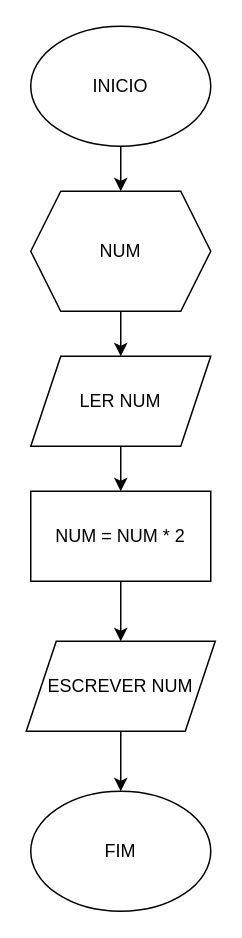
This is Atividades_LP1/Atividade2Questão3.drawio from Hevee06/Projetos_Diagrama.oi, a draw.io file, before an edit. Source tidied: cells renumbered, new cells numbered last; positions are measured from the earlier drawing's top-left corner, leaving out a move shared by most shapes. Both pictures are drawn from the tidied source at 150%, with x=0, y=0 at pixel (26, 26).
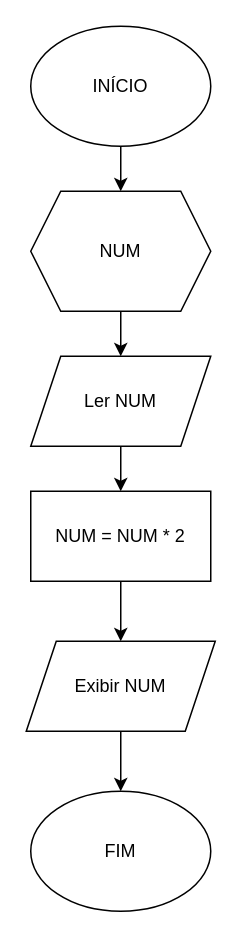
After the change.

Change to the diagram source:
```diff
@@
 <mxGraphModel>
   <root>
     <mxCell id="0" />
     <mxCell id="1" parent="0" />
     <mxCell id="2" style="edgeStyle=orthogonalEdgeStyle;rounded=0;jettySize=auto;html=1;" parent="1" edge="1" source="3" target="5">
       <mxGeometry relative="1" as="geometry" />
     </mxCell>
-    <mxCell id="3" value="INICIO" style="ellipse;whiteSpace=wrap;html=1;" parent="1" vertex="1">
+    <mxCell id="3" value="INÍCIO" style="ellipse;whiteSpace=wrap;html=1;" parent="1" vertex="1">
       <mxGeometry x="3" width="120" height="80" as="geometry" />
     </mxCell>
     <mxCell id="4" style="edgeStyle=orthogonalEdgeStyle;rounded=0;jettySize=auto;html=1;" parent="1" edge="1" source="5" target="7">
       <mxGeometry relative="1" as="geometry" />
     </mxCell>
     <mxCell id="5" value="NUM" style="shape=hexagon;perimeter=hexagonPerimeter2;whiteSpace=wrap;html=1;fixedSize=1;" parent="1" vertex="1">
       <mxGeometry x="3" y="110" width="120" height="80" as="geometry" />
     </mxCell>
     <mxCell id="6" style="edgeStyle=orthogonalEdgeStyle;rounded=0;jettySize=auto;html=1;" parent="1" edge="1" source="7" target="9">
       <mxGeometry relative="1" as="geometry" />
     </mxCell>
-    <mxCell id="7" value="LER NUM" style="shape=parallelogram;perimeter=parallelogramPerimeter;whiteSpace=wrap;html=1;fixedSize=1;" parent="1" vertex="1">
+    <mxCell id="7" value="Ler NUM" style="shape=parallelogram;perimeter=parallelogramPerimeter;whiteSpace=wrap;html=1;fixedSize=1;" parent="1" vertex="1">
       <mxGeometry x="3" y="220" width="120" height="60" as="geometry" />
     </mxCell>
     <mxCell id="8" style="edgeStyle=orthogonalEdgeStyle;rounded=0;jettySize=auto;html=1;" parent="1" edge="1" source="9" target="11">
       <mxGeometry relative="1" as="geometry" />
     </mxCell>
     <mxCell id="9" value="NUM = NUM * 2" style="rounded=0;whiteSpace=wrap;html=1;" parent="1" vertex="1">
       <mxGeometry x="3" y="310" width="120" height="60" as="geometry" />
     </mxCell>
     <mxCell id="10" style="edgeStyle=orthogonalEdgeStyle;rounded=0;jettySize=auto;html=1;" parent="1" edge="1" source="11" target="12">
       <mxGeometry relative="1" as="geometry" />
     </mxCell>
-    <mxCell id="11" value="ESCREVER NUM" style="shape=parallelogram;perimeter=parallelogramPerimeter;whiteSpace=wrap;html=1;fixedSize=1;" parent="1" vertex="1">
+    <mxCell id="11" value="Exibir NUM" style="shape=parallelogram;perimeter=parallelogramPerimeter;whiteSpace=wrap;html=1;fixedSize=1;" parent="1" vertex="1">
       <mxGeometry y="410" width="126" height="60" as="geometry" />
     </mxCell>
     <mxCell id="12" value="FIM" style="ellipse;whiteSpace=wrap;html=1;" parent="1" vertex="1">
       <mxGeometry x="3" y="510" width="120" height="80" as="geometry" />
     </mxCell>
   </root>
 </mxGraphModel>
```
